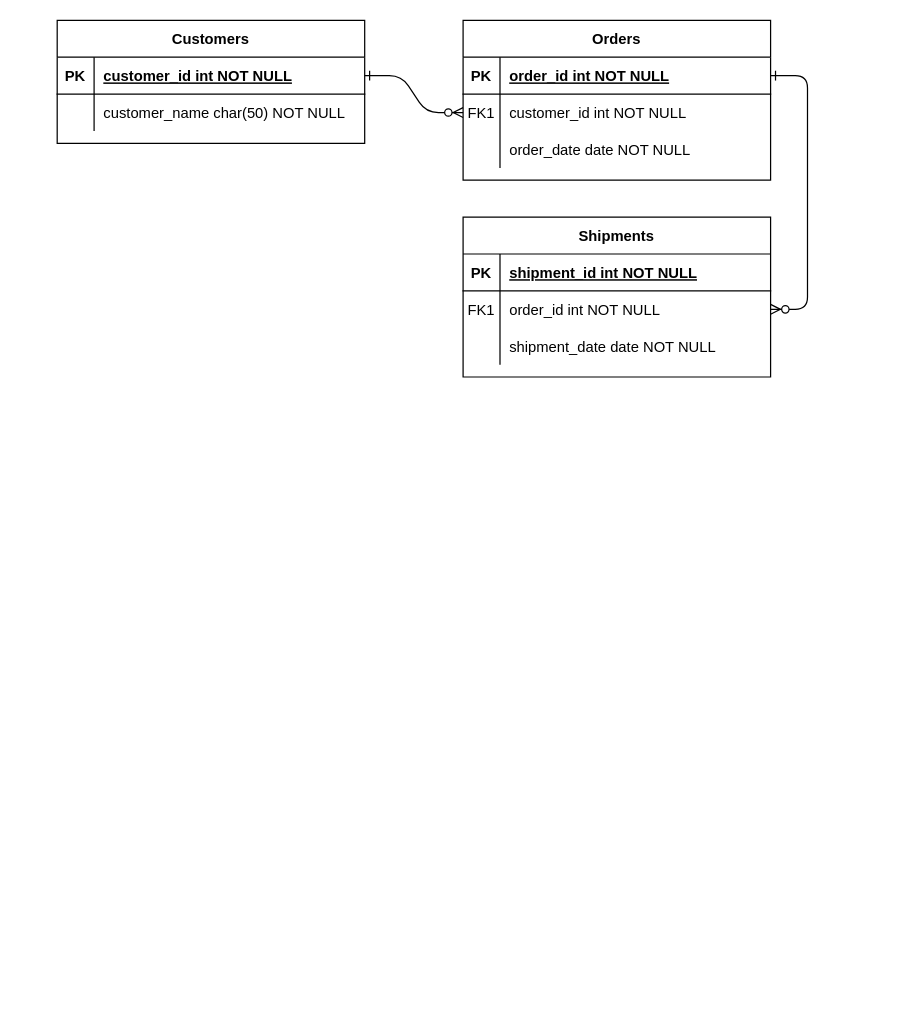
The draw.io diagram case 3 _erd.drawio in santoshkc1655/Data-Modeling-SQL, before the edit. Source tidied: cells renumbered, new cells numbered last; positions are measured from the earlier drawing's top-left corner, leaving out a move shared by most shapes. Both pictures are drawn from the tidied source at 123%, with x=0, y=0 at pixel (57, 20).
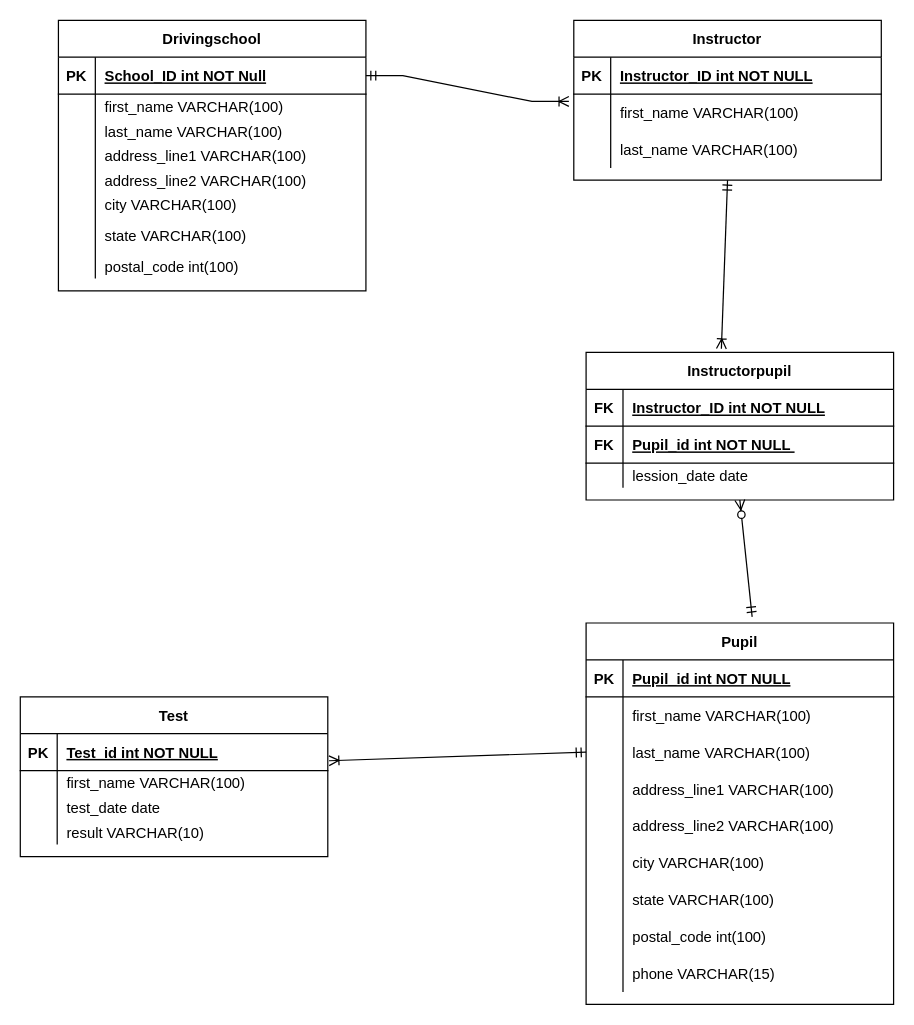
The same page after the edit.

Unchanged cells that the change refers to:
```xml
<mxCell id="5" style="shape=partialRectangle;fillColor=none;points=[[0,0.5],[1,0.5]];portConstraint=eastwest;top=0;left=0;right=0;bottom=1;" parent="4" vertex="1">
  <mxGeometry y="30" width="250" height="30" as="geometry" />
</mxCell>
<mxCell id="8" style="shape=partialRectangle;fillColor=none;points=[[0,0.5],[1,0.5]];portConstraint=eastwest;top=0;left=0;right=0;bottom=0;" parent="4" vertex="1">
  <mxGeometry y="60" width="250" height="30" as="geometry" />
</mxCell>
<mxCell id="11" style="shape=partialRectangle;fillColor=none;top=0;left=0;right=0;bottom=0;" parent="4" vertex="1">
  <mxGeometry y="90" width="250" height="30" as="geometry" />
</mxCell>
<mxCell id="15" style="shape=partialRectangle;fillColor=none;top=0;left=0;right=0;bottom=1;" parent="14" vertex="1">
  <mxGeometry y="30" width="250" height="30" as="geometry" />
</mxCell>
<mxCell id="18" style="shape=partialRectangle;fillColor=none;points=[[0,0.5],[1,0.5]];portConstraint=eastwest;top=0;left=0;right=0;bottom=0;" parent="14" vertex="1">
  <mxGeometry y="60" width="250" height="30" as="geometry" />
</mxCell>
<mxCell id="21" style="shape=partialRectangle;fillColor=none;points=[[0,0.5],[1,0.5]];portConstraint=eastwest;top=0;left=0;right=0;bottom=0;" parent="14" vertex="1">
  <mxGeometry y="90" width="250" height="30" as="geometry" />
</mxCell>
<mxCell id="25" style="shape=partialRectangle;fillColor=none;points=[[0,0.5],[1,0.5]];portConstraint=eastwest;top=0;left=0;right=0;bottom=1;" parent="24" vertex="1">
  <mxGeometry y="30" width="250" height="30" as="geometry" />
</mxCell>
```

The edit, as a diff of the source:
```diff
@@
-    <mxCell id="2" style="edgeStyle=entityRelationEdgeStyle;endArrow=ERzeroToMany;startArrow=ERone;endFill=1;startFill=0;" parent="1" edge="1" source="25" target="8">
-      <mxGeometry relative="1" as="geometry" />
-    </mxCell>
-    <mxCell id="3" style="edgeStyle=entityRelationEdgeStyle;endArrow=ERzeroToMany;startArrow=ERone;endFill=1;startFill=0;" parent="1" edge="1" source="5" target="18">
-      <mxGeometry relative="1" as="geometry" />
-    </mxCell>
-    <mxCell id="4" value="Orders" style="shape=table;startSize=30;childLayout=tableLayout;rowLines=0;fontStyle=1;align=center;" parent="1" vertex="1">
-      <mxGeometry x="330" width="250" height="130" as="geometry" />
+    <mxCell id="4" value="Instructor" style="shape=table;startSize=30;childLayout=tableLayout;rowLines=0;fontStyle=1;align=center;" parent="1" vertex="1">
+      <mxGeometry x="420" width="250" height="130" as="geometry" />
     </mxCell>
@@
-    <mxCell id="7" value="order_id int NOT NULL " style="shape=partialRectangle;overflow=hidden;fillColor=none;top=0;left=0;bottom=0;right=0;align=left;spacingLeft=6;fontStyle=5;" parent="5" vertex="1">
+    <mxCell id="7" value="Instructor_ID int NOT NULL" style="shape=partialRectangle;overflow=hidden;fillColor=none;top=0;left=0;bottom=0;right=0;align=left;spacingLeft=6;fontStyle=5;" parent="5" vertex="1">
       <mxGeometry x="30" width="220" height="30" as="geometry" />
     </mxCell>
@@
-    <mxCell id="9" value="FK1" style="shape=partialRectangle;overflow=hidden;fillColor=none;top=0;left=0;bottom=0;right=0;" parent="8" vertex="1">
+    <mxCell id="9" style="shape=partialRectangle;overflow=hidden;fillColor=none;top=0;left=0;bottom=0;right=0;" parent="8" vertex="1">
       <mxGeometry width="30" height="30" as="geometry" />
     </mxCell>
-    <mxCell id="10" value="customer_id int NOT NULL" style="shape=partialRectangle;overflow=hidden;fillColor=none;top=0;left=0;bottom=0;right=0;align=left;spacingLeft=6;" parent="8" vertex="1">
+    <mxCell id="10" value="first_name VARCHAR(100)" style="shape=partialRectangle;overflow=hidden;fillColor=none;top=0;left=0;bottom=0;right=0;align=left;spacingLeft=6;" parent="8" vertex="1">
       <mxGeometry x="30" width="220" height="30" as="geometry" />
     </mxCell>
@@
-    <mxCell id="13" value="order_date date NOT NULL" style="shape=partialRectangle;overflow=hidden;fillColor=none;top=0;left=0;bottom=0;right=0;align=left;spacingLeft=6;" parent="11" vertex="1">
+    <mxCell id="13" value="last_name VARCHAR(100)" style="shape=partialRectangle;overflow=hidden;fillColor=none;top=0;left=0;bottom=0;right=0;align=left;spacingLeft=6;" parent="11" vertex="1">
       <mxGeometry x="30" width="220" height="30" as="geometry" />
     </mxCell>
-    <mxCell id="14" value="Shipments" style="shape=table;startSize=30;childLayout=tableLayout;rowLines=0;fontStyle=1;align=center;" parent="1" vertex="1">
-      <mxGeometry x="330" y="160" width="250" height="130" as="geometry" />
+    <mxCell id="14" value="Pupil" style="shape=table;startSize=30;childLayout=tableLayout;rowLines=0;fontStyle=1;align=center;" parent="1" vertex="1">
+      <mxGeometry x="430" y="490" width="250" height="310" as="geometry" />
     </mxCell>
@@
-    <mxCell id="17" value="shipment_id int NOT NULL " style="shape=partialRectangle;overflow=hidden;fillColor=none;top=0;left=0;bottom=0;right=0;align=left;spacingLeft=6;fontStyle=5;" parent="15" vertex="1">
+    <mxCell id="17" value="Pupil_id int NOT NULL " style="shape=partialRectangle;overflow=hidden;fillColor=none;top=0;left=0;bottom=0;right=0;align=left;spacingLeft=6;fontStyle=5;" parent="15" vertex="1">
       <mxGeometry x="30" width="220" height="30" as="geometry" />
     </mxCell>
@@
-    <mxCell id="19" value="FK1" style="shape=partialRectangle;overflow=hidden;fillColor=none;top=0;left=0;bottom=0;right=0;" parent="18" vertex="1">
+    <mxCell id="19" style="shape=partialRectangle;overflow=hidden;fillColor=none;top=0;left=0;bottom=0;right=0;" parent="18" vertex="1">
       <mxGeometry width="30" height="30" as="geometry" />
     </mxCell>
-    <mxCell id="20" value="order_id int NOT NULL" style="shape=partialRectangle;overflow=hidden;fillColor=none;top=0;left=0;bottom=0;right=0;align=left;spacingLeft=6;" parent="18" vertex="1">
+    <mxCell id="20" value="first_name VARCHAR(100)" style="shape=partialRectangle;overflow=hidden;fillColor=none;top=0;left=0;bottom=0;right=0;align=left;spacingLeft=6;" parent="18" vertex="1">
       <mxGeometry x="30" width="220" height="30" as="geometry" />
     </mxCell>
@@
-    <mxCell id="23" value="shipment_date date NOT NULL" style="shape=partialRectangle;overflow=hidden;fillColor=none;top=0;left=0;bottom=0;right=0;align=left;spacingLeft=6;" parent="21" vertex="1">
+    <mxCell id="23" value="last_name VARCHAR(100)" style="shape=partialRectangle;overflow=hidden;fillColor=none;top=0;left=0;bottom=0;right=0;align=left;spacingLeft=6;" parent="21" vertex="1">
       <mxGeometry x="30" width="220" height="30" as="geometry" />
     </mxCell>
+    <mxCell id="31" style="shape=partialRectangle;fillColor=none;top=0;left=0;right=0;bottom=0;" parent="14" vertex="1">
+      <mxGeometry y="120" width="250" height="30" as="geometry" />
+    </mxCell>
+    <mxCell id="32" style="shape=partialRectangle;overflow=hidden;fillColor=none;top=0;left=0;bottom=0;right=0;" parent="31" vertex="1">
+      <mxGeometry width="30" height="30" as="geometry" />
+    </mxCell>
+    <mxCell id="33" value="address_line1 VARCHAR(100)" style="shape=partialRectangle;overflow=hidden;fillColor=none;top=0;left=0;bottom=0;right=0;align=left;spacingLeft=6;" parent="31" vertex="1">
+      <mxGeometry x="30" width="220" height="30" as="geometry" />
+    </mxCell>
+    <mxCell id="34" style="shape=partialRectangle;fillColor=none;top=0;left=0;right=0;bottom=0;" parent="14" vertex="1">
+      <mxGeometry y="150" width="250" height="30" as="geometry" />
+    </mxCell>
+    <mxCell id="35" style="shape=partialRectangle;overflow=hidden;fillColor=none;top=0;left=0;bottom=0;right=0;" parent="34" vertex="1">
+      <mxGeometry width="30" height="30" as="geometry" />
+    </mxCell>
+    <mxCell id="36" value="address_line2 VARCHAR(100)" style="shape=partialRectangle;overflow=hidden;fillColor=none;top=0;left=0;bottom=0;right=0;align=left;spacingLeft=6;" parent="34" vertex="1">
+      <mxGeometry x="30" width="220" height="30" as="geometry" />
+    </mxCell>
+    <mxCell id="37" style="shape=partialRectangle;fillColor=none;top=0;left=0;right=0;bottom=0;" parent="14" vertex="1">
+      <mxGeometry y="180" width="250" height="30" as="geometry" />
+    </mxCell>
+    <mxCell id="38" style="shape=partialRectangle;overflow=hidden;fillColor=none;top=0;left=0;bottom=0;right=0;" parent="37" vertex="1">
+      <mxGeometry width="30" height="30" as="geometry" />
+    </mxCell>
+    <mxCell id="39" value="city VARCHAR(100)" style="shape=partialRectangle;overflow=hidden;fillColor=none;top=0;left=0;bottom=0;right=0;align=left;spacingLeft=6;" parent="37" vertex="1">
+      <mxGeometry x="30" width="220" height="30" as="geometry" />
+    </mxCell>
+    <mxCell id="40" style="shape=partialRectangle;fillColor=none;top=0;left=0;right=0;bottom=0;" parent="14" vertex="1">
+      <mxGeometry y="210" width="250" height="30" as="geometry" />
+    </mxCell>
+    <mxCell id="41" style="shape=partialRectangle;overflow=hidden;fillColor=none;top=0;left=0;bottom=0;right=0;" parent="40" vertex="1">
+      <mxGeometry width="30" height="30" as="geometry" />
+    </mxCell>
+    <mxCell id="42" value="state VARCHAR(100)" style="shape=partialRectangle;overflow=hidden;fillColor=none;top=0;left=0;bottom=0;right=0;align=left;spacingLeft=6;" parent="40" vertex="1">
+      <mxGeometry x="30" width="220" height="30" as="geometry" />
+    </mxCell>
+    <mxCell id="43" style="shape=partialRectangle;fillColor=none;top=0;left=0;right=0;bottom=0;" parent="14" vertex="1">
+      <mxGeometry y="240" width="250" height="30" as="geometry" />
+    </mxCell>
+    <mxCell id="44" style="shape=partialRectangle;overflow=hidden;fillColor=none;top=0;left=0;bottom=0;right=0;" parent="43" vertex="1">
+      <mxGeometry width="30" height="30" as="geometry" />
+    </mxCell>
+    <mxCell id="45" value="postal_code int(100)" style="shape=partialRectangle;overflow=hidden;fillColor=none;top=0;left=0;bottom=0;right=0;align=left;spacingLeft=6;" parent="43" vertex="1">
+      <mxGeometry x="30" width="220" height="30" as="geometry" />
+    </mxCell>
+    <mxCell id="46" style="shape=partialRectangle;fillColor=none;top=0;left=0;right=0;bottom=0;" parent="14" vertex="1">
+      <mxGeometry y="270" width="250" height="30" as="geometry" />
+    </mxCell>
+    <mxCell id="47" style="shape=partialRectangle;overflow=hidden;fillColor=none;top=0;left=0;bottom=0;right=0;" parent="46" vertex="1">
+      <mxGeometry width="30" height="30" as="geometry" />
+    </mxCell>
+    <mxCell id="48" value="phone VARCHAR(15)" style="shape=partialRectangle;overflow=hidden;fillColor=none;top=0;left=0;bottom=0;right=0;align=left;spacingLeft=6;" parent="46" vertex="1">
+      <mxGeometry x="30" width="220" height="30" as="geometry" />
+    </mxCell>
-    <mxCell id="24" value="Customers" style="shape=table;startSize=30;childLayout=tableLayout;rowLines=0;fontStyle=1;align=center;" parent="1" vertex="1">
-      <mxGeometry width="250" height="100" as="geometry" />
+    <mxCell id="24" value="Drivingschool" style="shape=table;startSize=30;childLayout=tableLayout;rowLines=0;fontStyle=1;align=center;" parent="1" vertex="1">
+      <mxGeometry x="1" width="250" height="220" as="geometry" />
     </mxCell>
@@
-    <mxCell id="27" value="customer_id int NOT NULL " style="shape=partialRectangle;overflow=hidden;fillColor=none;top=0;left=0;bottom=0;right=0;align=left;spacingLeft=6;fontStyle=5;" parent="25" vertex="1">
+    <mxCell id="27" value="School_ID int NOT Null" style="shape=partialRectangle;overflow=hidden;fillColor=none;top=0;left=0;bottom=0;right=0;align=left;spacingLeft=6;fontStyle=5;" parent="25" vertex="1">
       <mxGeometry x="30" width="220" height="30" as="geometry" />
     </mxCell>
     <mxCell id="28" style="shape=partialRectangle;fillColor=none;top=0;left=0;right=0;bottom=0;" parent="24" vertex="1">
-      <mxGeometry y="60" width="250" height="30" as="geometry" />
+      <mxGeometry y="60" width="250" height="20" as="geometry" />
     </mxCell>
     <mxCell id="29" style="shape=partialRectangle;overflow=hidden;fillColor=none;top=0;left=0;bottom=0;right=0;" parent="28" vertex="1">
-      <mxGeometry width="30" height="30" as="geometry" />
+      <mxGeometry width="30" height="20" as="geometry" />
     </mxCell>
-    <mxCell id="30" value="customer_name char(50) NOT NULL" style="shape=partialRectangle;overflow=hidden;fillColor=none;top=0;left=0;bottom=0;right=0;align=left;spacingLeft=6;" parent="28" vertex="1">
-      <mxGeometry x="30" width="220" height="30" as="geometry" />
+    <mxCell id="30" value="first_name VARCHAR(100)" style="shape=partialRectangle;overflow=hidden;fillColor=none;top=0;left=0;bottom=0;right=0;align=left;spacingLeft=6;" parent="28" vertex="1">
+      <mxGeometry x="30" width="220" height="20" as="geometry" />
     </mxCell>
+    <mxCell id="49" style="shape=partialRectangle;fillColor=none;top=0;left=0;right=0;bottom=0;" parent="24" vertex="1">
+      <mxGeometry y="80" width="250" height="20" as="geometry" />
+    </mxCell>
+    <mxCell id="50" style="shape=partialRectangle;overflow=hidden;fillColor=none;top=0;left=0;bottom=0;right=0;" parent="49" vertex="1">
+      <mxGeometry width="30" height="20" as="geometry" />
+    </mxCell>
+    <mxCell id="51" value="last_name VARCHAR(100)" style="shape=partialRectangle;overflow=hidden;fillColor=none;top=0;left=0;bottom=0;right=0;align=left;spacingLeft=6;" parent="49" vertex="1">
+      <mxGeometry x="30" width="220" height="20" as="geometry" />
+    </mxCell>
+    <mxCell id="52" style="shape=partialRectangle;fillColor=none;top=0;left=0;right=0;bottom=0;" parent="24" vertex="1">
+      <mxGeometry y="100" width="250" height="20" as="geometry" />
+    </mxCell>
+    <mxCell id="53" style="shape=partialRectangle;overflow=hidden;fillColor=none;top=0;left=0;bottom=0;right=0;" parent="52" vertex="1">
+      <mxGeometry width="30" height="20" as="geometry" />
+    </mxCell>
+    <mxCell id="54" value="address_line1 VARCHAR(100)" style="shape=partialRectangle;overflow=hidden;fillColor=none;top=0;left=0;bottom=0;right=0;align=left;spacingLeft=6;" parent="52" vertex="1">
+      <mxGeometry x="30" width="220" height="20" as="geometry" />
+    </mxCell>
+    <mxCell id="55" style="shape=partialRectangle;fillColor=none;top=0;left=0;right=0;bottom=0;" parent="24" vertex="1">
+      <mxGeometry y="120" width="250" height="20" as="geometry" />
+    </mxCell>
+    <mxCell id="56" style="shape=partialRectangle;overflow=hidden;fillColor=none;top=0;left=0;bottom=0;right=0;" parent="55" vertex="1">
+      <mxGeometry width="30" height="20" as="geometry" />
+    </mxCell>
+    <mxCell id="57" value="address_line2 VARCHAR(100)" style="shape=partialRectangle;overflow=hidden;fillColor=none;top=0;left=0;bottom=0;right=0;align=left;spacingLeft=6;" parent="55" vertex="1">
+      <mxGeometry x="30" width="220" height="20" as="geometry" />
+    </mxCell>
+    <mxCell id="58" style="shape=partialRectangle;fillColor=none;top=0;left=0;right=0;bottom=0;" parent="24" vertex="1">
+      <mxGeometry y="140" width="250" height="20" as="geometry" />
+    </mxCell>
+    <mxCell id="59" style="shape=partialRectangle;overflow=hidden;fillColor=none;top=0;left=0;bottom=0;right=0;" parent="58" vertex="1">
+      <mxGeometry width="30" height="20" as="geometry" />
+    </mxCell>
+    <mxCell id="60" value="city VARCHAR(100)" style="shape=partialRectangle;overflow=hidden;fillColor=none;top=0;left=0;bottom=0;right=0;align=left;spacingLeft=6;" parent="58" vertex="1">
+      <mxGeometry x="30" width="220" height="20" as="geometry" />
+    </mxCell>
+    <mxCell id="61" style="shape=partialRectangle;fillColor=none;top=0;left=0;right=0;bottom=0;" parent="24" vertex="1">
+      <mxGeometry y="160" width="250" height="30" as="geometry" />
+    </mxCell>
+    <mxCell id="62" style="shape=partialRectangle;overflow=hidden;fillColor=none;top=0;left=0;bottom=0;right=0;" parent="61" vertex="1">
+      <mxGeometry width="30" height="30" as="geometry" />
+    </mxCell>
+    <mxCell id="63" value="state VARCHAR(100)" style="shape=partialRectangle;overflow=hidden;fillColor=none;top=0;left=0;bottom=0;right=0;align=left;spacingLeft=6;" parent="61" vertex="1">
+      <mxGeometry x="30" width="220" height="30" as="geometry" />
+    </mxCell>
+    <mxCell id="64" style="shape=partialRectangle;fillColor=none;top=0;left=0;right=0;bottom=0;" parent="24" vertex="1">
+      <mxGeometry y="190" width="250" height="20" as="geometry" />
+    </mxCell>
+    <mxCell id="65" style="shape=partialRectangle;overflow=hidden;fillColor=none;top=0;left=0;bottom=0;right=0;" parent="64" vertex="1">
+      <mxGeometry width="30" height="20" as="geometry" />
+    </mxCell>
+    <mxCell id="66" value="postal_code int(100)" style="shape=partialRectangle;overflow=hidden;fillColor=none;top=0;left=0;bottom=0;right=0;align=left;spacingLeft=6;" parent="64" vertex="1">
+      <mxGeometry x="30" width="220" height="20" as="geometry" />
+    </mxCell>
+    <mxCell id="67" value="Instructorpupil" style="shape=table;startSize=30;childLayout=tableLayout;rowLines=0;fontStyle=1;align=center;" parent="1" vertex="1">
+      <mxGeometry x="430" y="270" width="250" height="120" as="geometry" />
+    </mxCell>
+    <mxCell id="68" style="shape=partialRectangle;fillColor=none;top=0;left=0;right=0;bottom=1;" parent="67" vertex="1">
+      <mxGeometry y="30" width="250" height="30" as="geometry" />
+    </mxCell>
+    <mxCell id="69" value="FK" style="shape=partialRectangle;overflow=hidden;fillColor=none;top=0;left=0;bottom=0;right=0;fontStyle=1;" parent="68" vertex="1">
+      <mxGeometry width="30" height="30" as="geometry" />
+    </mxCell>
+    <mxCell id="70" value="Instructor_ID int NOT NULL" style="shape=partialRectangle;overflow=hidden;fillColor=none;top=0;left=0;bottom=0;right=0;align=left;spacingLeft=6;fontStyle=5;" parent="68" vertex="1">
+      <mxGeometry x="30" width="220" height="30" as="geometry" />
+    </mxCell>
+    <mxCell id="71" style="shape=partialRectangle;fillColor=none;top=0;left=0;right=0;bottom=1;" parent="67" vertex="1">
+      <mxGeometry y="60" width="250" height="30" as="geometry" />
+    </mxCell>
+    <mxCell id="72" value="FK" style="shape=partialRectangle;overflow=hidden;fillColor=none;top=0;left=0;bottom=0;right=0;fontStyle=1;" parent="71" vertex="1">
+      <mxGeometry width="30" height="30" as="geometry" />
+    </mxCell>
+    <mxCell id="73" value="Pupil_id int NOT NULL " style="shape=partialRectangle;overflow=hidden;fillColor=none;top=0;left=0;bottom=0;right=0;align=left;spacingLeft=6;fontStyle=5;" parent="71" vertex="1">
+      <mxGeometry x="30" width="220" height="30" as="geometry" />
+    </mxCell>
+    <mxCell id="74" style="shape=partialRectangle;fillColor=none;top=0;left=0;right=0;bottom=0;" parent="67" vertex="1">
+      <mxGeometry y="90" width="250" height="20" as="geometry" />
+    </mxCell>
+    <mxCell id="75" style="shape=partialRectangle;overflow=hidden;fillColor=none;top=0;left=0;bottom=0;right=0;" parent="74" vertex="1">
+      <mxGeometry width="30" height="20" as="geometry" />
+    </mxCell>
+    <mxCell id="76" value="lession_date date " style="shape=partialRectangle;overflow=hidden;fillColor=none;top=0;left=0;bottom=0;right=0;align=left;spacingLeft=6;" parent="74" vertex="1">
+      <mxGeometry x="30" width="220" height="20" as="geometry" />
+    </mxCell>
+    <mxCell id="77" value="Test" style="shape=table;startSize=30;childLayout=tableLayout;rowLines=0;fontStyle=1;align=center;" parent="1" vertex="1">
+      <mxGeometry x="-30" y="550" width="250" height="130" as="geometry" />
+    </mxCell>
+    <mxCell id="78" style="shape=partialRectangle;fillColor=none;points=[[0,0.5],[1,0.5]];portConstraint=eastwest;top=0;left=0;right=0;bottom=1;" parent="77" vertex="1">
+      <mxGeometry y="30" width="250" height="30" as="geometry" />
+    </mxCell>
+    <mxCell id="79" value="PK" style="shape=partialRectangle;overflow=hidden;fillColor=none;top=0;left=0;bottom=0;right=0;fontStyle=1;" parent="78" vertex="1">
+      <mxGeometry width="30" height="30" as="geometry" />
+    </mxCell>
+    <mxCell id="80" value="Test_id int NOT NULL" style="shape=partialRectangle;overflow=hidden;fillColor=none;top=0;left=0;bottom=0;right=0;align=left;spacingLeft=6;fontStyle=5;" parent="78" vertex="1">
+      <mxGeometry x="30" width="220" height="30" as="geometry" />
+    </mxCell>
+    <mxCell id="81" style="shape=partialRectangle;fillColor=none;top=0;left=0;right=0;bottom=0;" parent="77" vertex="1">
+      <mxGeometry y="60" width="250" height="20" as="geometry" />
+    </mxCell>
+    <mxCell id="82" style="shape=partialRectangle;overflow=hidden;fillColor=none;top=0;left=0;bottom=0;right=0;" parent="81" vertex="1">
+      <mxGeometry width="30" height="20" as="geometry" />
+    </mxCell>
+    <mxCell id="83" value="first_name VARCHAR(100)" style="shape=partialRectangle;overflow=hidden;fillColor=none;top=0;left=0;bottom=0;right=0;align=left;spacingLeft=6;" parent="81" vertex="1">
+      <mxGeometry x="30" width="220" height="20" as="geometry" />
+    </mxCell>
+    <mxCell id="84" style="shape=partialRectangle;fillColor=none;top=0;left=0;right=0;bottom=0;" parent="77" vertex="1">
+      <mxGeometry y="80" width="250" height="20" as="geometry" />
+    </mxCell>
+    <mxCell id="85" style="shape=partialRectangle;overflow=hidden;fillColor=none;top=0;left=0;bottom=0;right=0;" parent="84" vertex="1">
+      <mxGeometry width="30" height="20" as="geometry" />
+    </mxCell>
+    <mxCell id="86" value="test_date date " style="shape=partialRectangle;overflow=hidden;fillColor=none;top=0;left=0;bottom=0;right=0;align=left;spacingLeft=6;" parent="84" vertex="1">
+      <mxGeometry x="30" width="220" height="20" as="geometry" />
+    </mxCell>
+    <mxCell id="87" style="shape=partialRectangle;fillColor=none;top=0;left=0;right=0;bottom=0;" parent="77" vertex="1">
+      <mxGeometry y="100" width="250" height="20" as="geometry" />
+    </mxCell>
+    <mxCell id="88" style="shape=partialRectangle;overflow=hidden;fillColor=none;top=0;left=0;bottom=0;right=0;" parent="87" vertex="1">
+      <mxGeometry width="30" height="20" as="geometry" />
+    </mxCell>
+    <mxCell id="89" value="result VARCHAR(10)" style="shape=partialRectangle;overflow=hidden;fillColor=none;top=0;left=0;bottom=0;right=0;align=left;spacingLeft=6;" parent="87" vertex="1">
+      <mxGeometry x="30" width="220" height="20" as="geometry" />
+    </mxCell>
+    <mxCell id="2" style="edgeStyle=entityRelationEdgeStyle;fontSize=12;html=1;endArrow=ERoneToMany;startArrow=ERmandOne;rounded=0;exitX=1;exitY=0.5;exitDx=0;exitDy=0;entryX=-0.016;entryY=0.2;entryDx=0;entryDy=0;entryPerimeter=0;" parent="1" edge="1" source="25" target="8">
+      <mxGeometry relative="1" as="geometry" />
+    </mxCell>
+    <mxCell id="90" style="fontSize=12;html=1;endArrow=ERoneToMany;startArrow=ERmandOne;rounded=0;exitX=0.5;exitY=1;exitDx=0;exitDy=0;entryX=0.44;entryY=-0.025;entryDx=0;entryDy=0;entryPerimeter=0;" parent="1" edge="1" source="4" target="67">
+      <mxGeometry relative="1" as="geometry" />
+    </mxCell>
+    <mxCell id="91" style="fontSize=12;html=1;endArrow=ERzeroToMany;startArrow=ERmandOne;rounded=0;entryX=0.5;entryY=1;entryDx=0;entryDy=0;exitX=0.54;exitY=-0.016;exitDx=0;exitDy=0;exitPerimeter=0;" parent="1" edge="1" source="14" target="67">
+      <mxGeometry relative="1" as="geometry" />
+    </mxCell>
+    <mxCell id="92" style="fontSize=12;html=1;endArrow=ERoneToMany;startArrow=ERmandOne;rounded=0;exitX=0;exitY=0.5;exitDx=0;exitDy=0;entryX=1.004;entryY=0.733;entryDx=0;entryDy=0;entryPerimeter=0;" parent="1" edge="1" source="21" target="78">
+      <mxGeometry relative="1" as="geometry" />
+    </mxCell>
```
